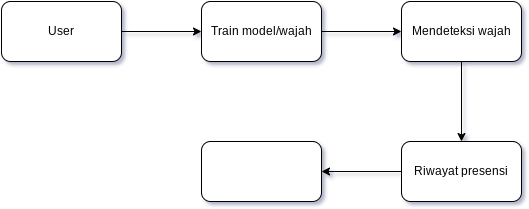
Before: alur.drawio.png, a diagram exported from draw.io (ditanursabila/face-presensi). Source tidied: cells renumbered, new cells last; positions are measured from the earlier drawing's top-left corner, leaving out a move shared by most shapes.
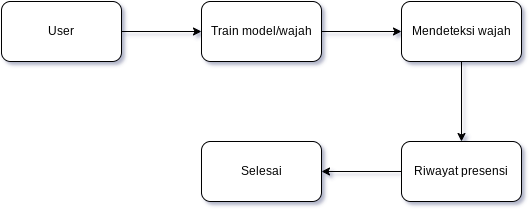
After the commit.

Diff of the diagram source:
```diff
@@ -26,7 +26,7 @@
     <mxCell id="9" value="Riwayat presensi" style="whiteSpace=wrap;html=1;rounded=1;" parent="1" vertex="1">
       <mxGeometry x="400" y="140" width="120" height="60" as="geometry" />
     </mxCell>
-    <mxCell id="10" style="whiteSpace=wrap;html=1;rounded=1;" parent="1" vertex="1">
+    <mxCell id="10" value="Selesai" style="whiteSpace=wrap;html=1;rounded=1;" parent="1" vertex="1">
       <mxGeometry x="200" y="140" width="120" height="60" as="geometry" />
     </mxCell>
   </root>
```
